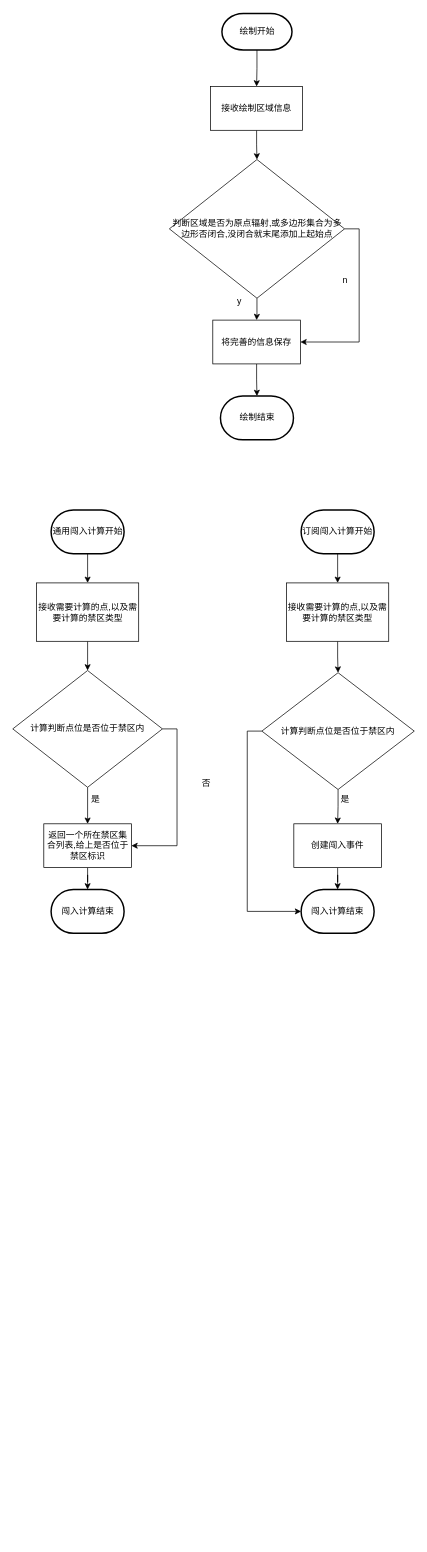
Earlier version of the draw.io diagram 未命名绘图.drawio (liguangrgj/fenx). Source tidied: cells renumbered, new cells numbered last; positions are measured from the earlier drawing's top-left corner, leaving out a move shared by most shapes. Both pictures are drawn from the tidied source at 73%, with x=0, y=0 at pixel (12, 13).
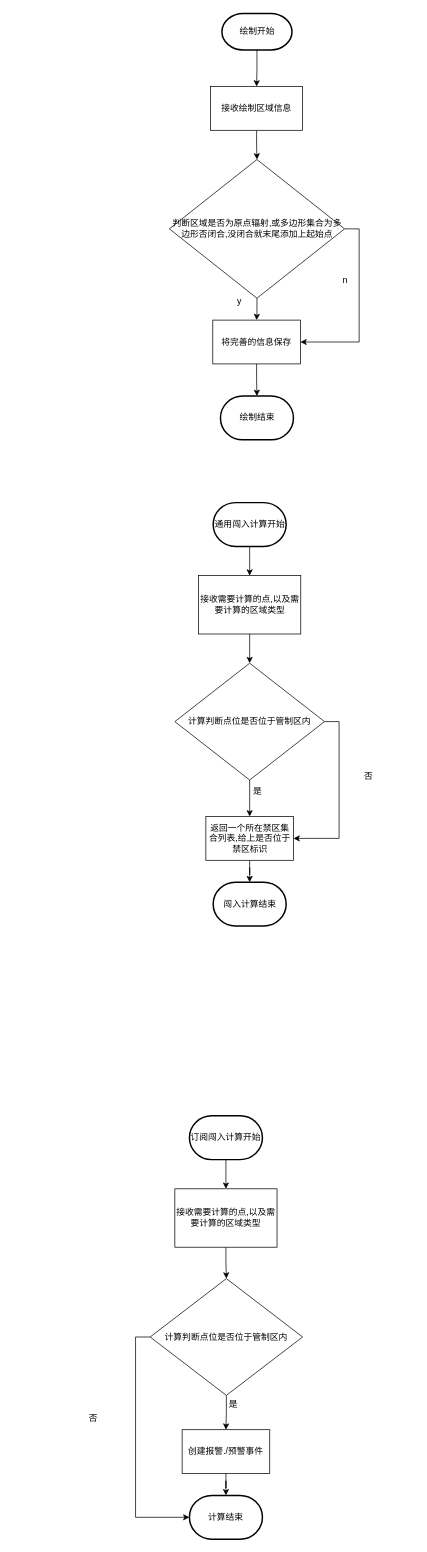
After the change.

Diff of the diagram source:
```diff
@@
     <mxCell id="15" value="通用闯入计算开始" style="strokeWidth=2;html=1;shape=mxgraph.flowchart.terminator;whiteSpace=wrap;" parent="1" vertex="1">
-      <mxGeometry x="52.5" y="680" width="100" height="60" as="geometry" />
+      <mxGeometry x="274.5" y="670" width="100" height="60" as="geometry" />
     </mxCell>
@@
-    <mxCell id="17" value="接收需要计算的点,以及需要计算的禁区类型" style="rounded=0;whiteSpace=wrap;html=1;" parent="1" vertex="1">
-      <mxGeometry x="32.5" y="780" width="140" height="80" as="geometry" />
+    <mxCell id="17" value="接收需要计算的点,以及需要计算的区域类型" style="rounded=0;whiteSpace=wrap;html=1;" parent="1" vertex="1">
+      <mxGeometry x="254.5" y="770" width="140" height="80" as="geometry" />
     </mxCell>
@@
-    <mxCell id="20" value="计算判断点位是否位于禁区内" style="rhombus;whiteSpace=wrap;html=1;" parent="1" vertex="1">
-      <mxGeometry y="900" width="205" height="160" as="geometry" />
+    <mxCell id="20" value="计算判断点位是否位于管制区内" style="rhombus;whiteSpace=wrap;html=1;" parent="1" vertex="1">
+      <mxGeometry x="222" y="890" width="205" height="160" as="geometry" />
     </mxCell>
@@
     <mxCell id="22" value="返回一个所在禁区集合列表,给上是否位于禁区标识" style="whiteSpace=wrap;html=1;" parent="1" vertex="1">
-      <mxGeometry x="42.5" y="1110" width="120" height="60" as="geometry" />
+      <mxGeometry x="264.5" y="1100" width="120" height="60" as="geometry" />
     </mxCell>
     <mxCell id="23" value="是&lt;div&gt;&lt;br&gt;&lt;/div&gt;" style="text;html=1;align=center;verticalAlign=middle;strokeColor=none;fillColor=none;" parent="1" vertex="1">
-      <mxGeometry x="92.5" y="1063" width="40" height="40" as="geometry" />
+      <mxGeometry x="314.5" y="1053" width="40" height="40" as="geometry" />
     </mxCell>
     <mxCell id="24" value="否" style="text;html=1;align=center;verticalAlign=middle;strokeColor=none;fillColor=none;" parent="1" vertex="1">
-      <mxGeometry x="244.5" y="1040" width="40" height="30" as="geometry" />
+      <mxGeometry x="466.5" y="1030" width="40" height="30" as="geometry" />
     </mxCell>
     <mxCell id="25" value="闯入计算结束" style="strokeWidth=2;html=1;shape=mxgraph.flowchart.terminator;whiteSpace=wrap;" parent="1" vertex="1">
-      <mxGeometry x="52.5" y="1200" width="100" height="60" as="geometry" />
+      <mxGeometry x="274.5" y="1190" width="100" height="60" as="geometry" />
     </mxCell>
@@
     <mxCell id="27" value="订阅闯入计算开始" style="strokeWidth=2;html=1;shape=mxgraph.flowchart.terminator;whiteSpace=wrap;" parent="1" vertex="1">
-      <mxGeometry x="395" y="680" width="100" height="60" as="geometry" />
+      <mxGeometry x="242" y="1510" width="100" height="60" as="geometry" />
     </mxCell>
@@
-    <mxCell id="29" value="接收需要计算的点,以及需要计算的禁区类型" style="rounded=0;whiteSpace=wrap;html=1;" parent="1" vertex="1">
-      <mxGeometry x="375" y="780" width="140" height="80" as="geometry" />
+    <mxCell id="29" value="接收需要计算的点,以及需要计算的区域类型" style="rounded=0;whiteSpace=wrap;html=1;" parent="1" vertex="1">
+      <mxGeometry x="222" y="1610" width="140" height="80" as="geometry" />
     </mxCell>
@@
-    <mxCell id="31" value="计算判断点位是否位于禁区内" style="rhombus;whiteSpace=wrap;html=1;" parent="1" vertex="1">
-      <mxGeometry x="341.2" y="903" width="208.8" height="160" as="geometry" />
+    <mxCell id="31" value="计算判断点位是否位于管制区内" style="rhombus;whiteSpace=wrap;html=1;" parent="1" vertex="1">
+      <mxGeometry x="188.2" y="1733" width="208.8" height="160" as="geometry" />
     </mxCell>
@@
-    <mxCell id="33" value="创建闯入事件" style="whiteSpace=wrap;html=1;" parent="1" vertex="1">
-      <mxGeometry x="385" y="1110" width="120" height="60" as="geometry" />
+    <mxCell id="33" value="创建报警./预警事件" style="whiteSpace=wrap;html=1;" parent="1" vertex="1">
+      <mxGeometry x="232" y="1940" width="120" height="60" as="geometry" />
     </mxCell>
     <mxCell id="34" value="是&lt;div&gt;&lt;br&gt;&lt;/div&gt;" style="text;html=1;align=center;verticalAlign=middle;strokeColor=none;fillColor=none;" parent="1" vertex="1">
-      <mxGeometry x="435" y="1063" width="40" height="40" as="geometry" />
+      <mxGeometry x="282" y="1893" width="40" height="40" as="geometry" />
     </mxCell>
-    <mxCell id="35" value="闯入计算结束" style="strokeWidth=2;html=1;shape=mxgraph.flowchart.terminator;whiteSpace=wrap;" parent="1" vertex="1">
-      <mxGeometry x="395" y="1200" width="100" height="60" as="geometry" />
+    <mxCell id="35" value="计算结束" style="strokeWidth=2;html=1;shape=mxgraph.flowchart.terminator;whiteSpace=wrap;" parent="1" vertex="1">
+      <mxGeometry x="242" y="2030" width="100" height="60" as="geometry" />
     </mxCell>
@@
+    <mxCell id="37" value="否" style="text;html=1;align=center;verticalAlign=middle;strokeColor=none;fillColor=none;" parent="1" vertex="1">
+      <mxGeometry x="90" y="1910" width="40" height="30" as="geometry" />
+    </mxCell>
```
